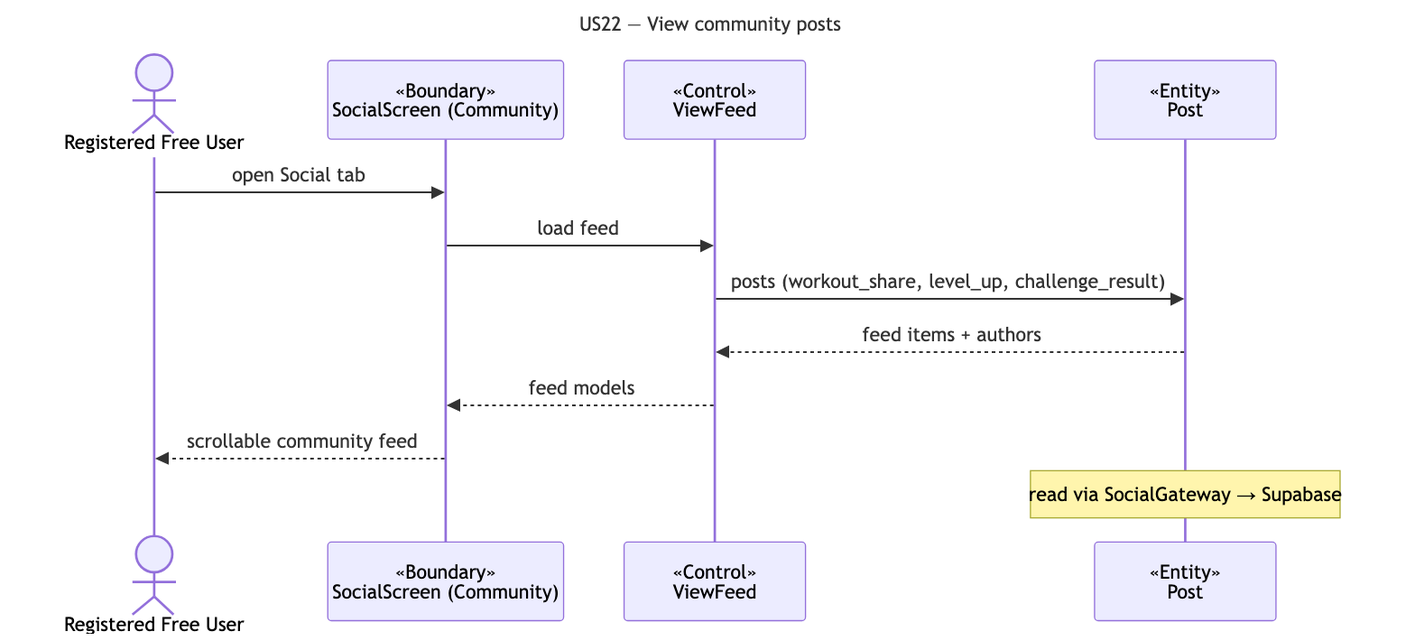
The Mermaid diagram docs/deliverables/sequence-diagrams/US22-view-feed.png in cyuanjun/FYP-26-S2-37-app, before a commit. Its source is kept beside it as docs/deliverables/sequence-diagrams/src/US22-view-feed.mmd.
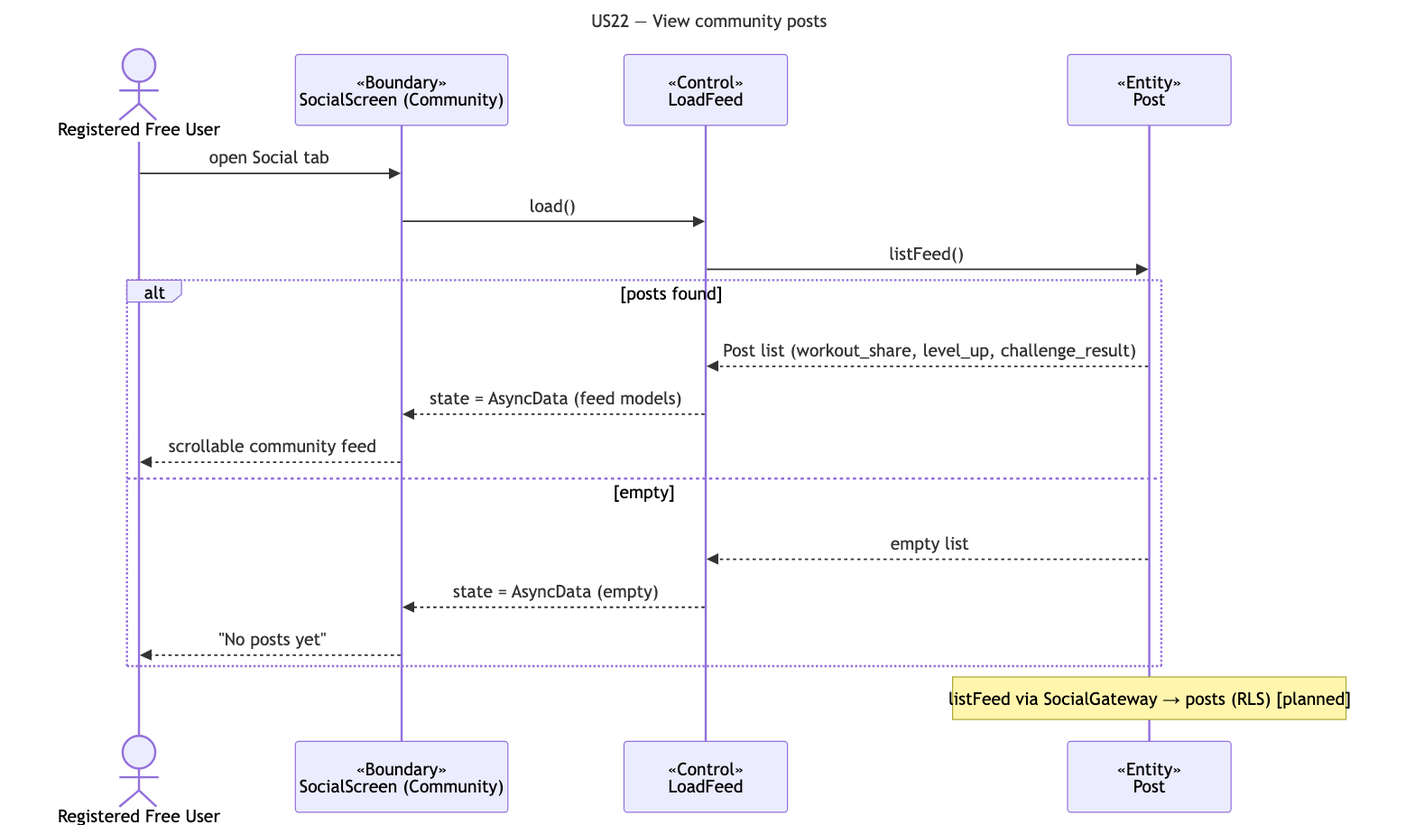
Later version of the same file.

Change to the diagram source:
```diff
@@ -4,12 +4,18 @@
 sequenceDiagram
   actor A as Registered Free User
   participant B as «Boundary»<br/>SocialScreen (Community)
-  participant C as «Control»<br/>ViewFeed
+  participant C as «Control»<br/>LoadFeed
   participant E as «Entity»<br/>Post
   A->>B: open Social tab
-  B->>C: load feed
-  C->>E: posts (workout_share, level_up, challenge_result)
-  E-->>C: feed items + authors
-  C-->>B: feed models
-  B-->>A: scrollable community feed
-  note over E: read via SocialGateway → Supabase
+  B->>C: load()
+  C->>E: listFeed()
+  alt posts found
+    E-->>C: Post list (workout_share, level_up, challenge_result)
+    C-->>B: state = AsyncData (feed models)
+    B-->>A: scrollable community feed
+  else empty
+    E-->>C: empty list
+    C-->>B: state = AsyncData (empty)
+    B-->>A: "No posts yet"
+  end
+  note over E: listFeed via SocialGateway → posts (RLS) [planned]
```
